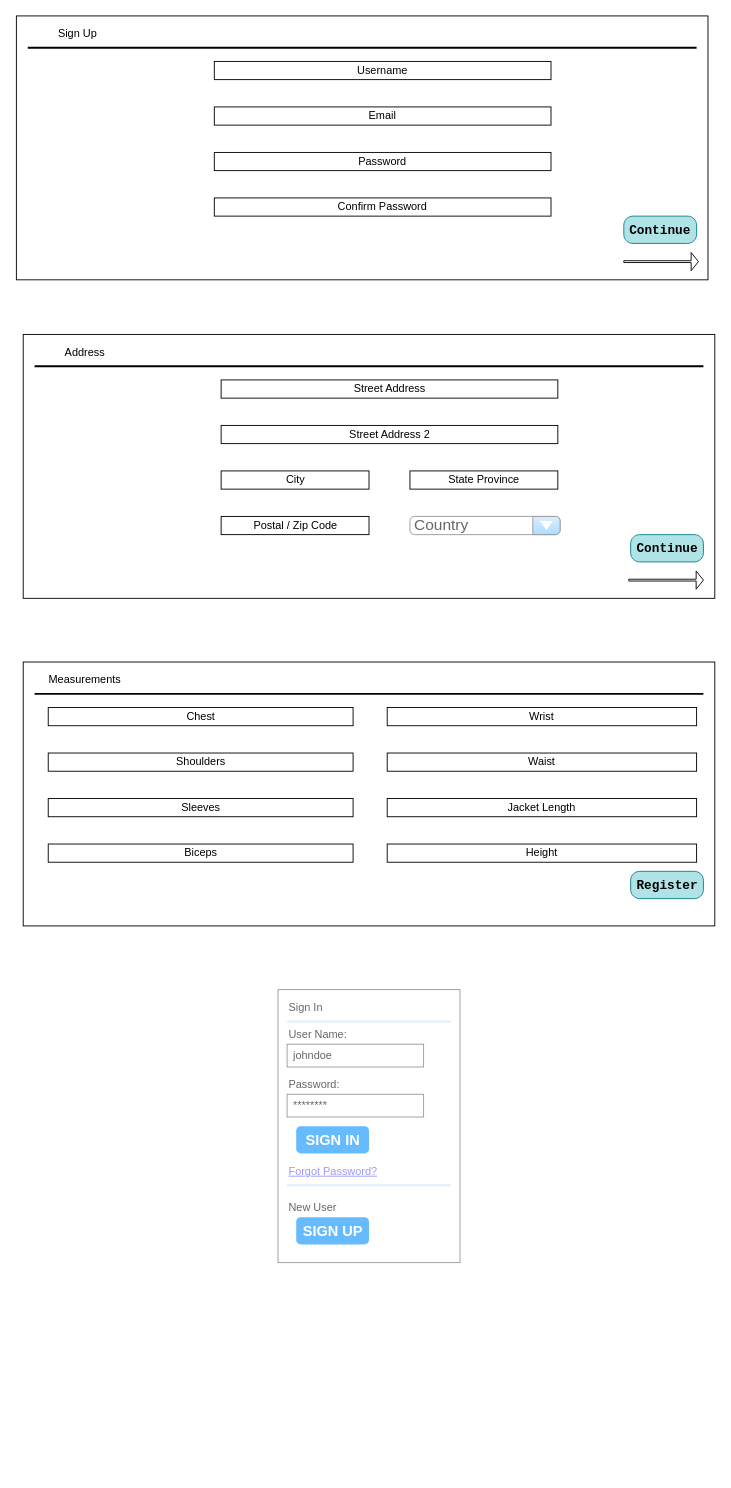
Earlier version of the draw.io diagram page "Modals" (4 of 5) of sew_me.drawio (Scain3/sew_me_capstone). Source tidied: cells renumbered, new cells numbered last; positions are measured from the earlier drawing's top-left corner, leaving out a move shared by most shapes. Both pictures are drawn from the tidied source at 91%, with x=0, y=0 at pixel (15, 15).
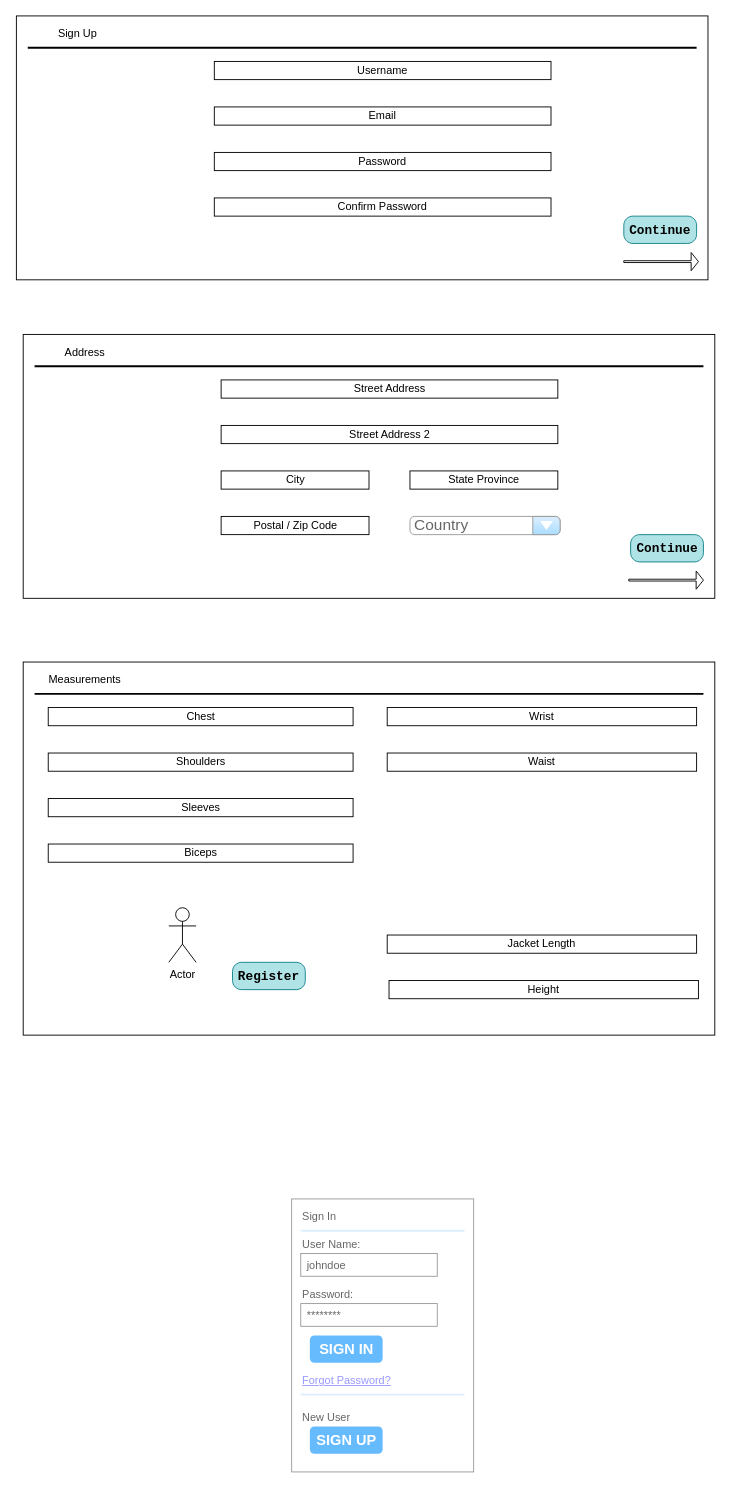
The same page after the edit.

Change to the diagram source:
```diff
@@
     <mxCell id="21" style="whiteSpace=wrap;html=1;rounded=0;sketch=0;" parent="1" vertex="1">
-      <mxGeometry x="8" y="710" width="760" height="290" as="geometry" />
+      <mxGeometry x="8" y="710" width="760" height="410" as="geometry" />
     </mxCell>
@@
     <mxCell id="25" value="&lt;font style=&quot;font-size: 14px&quot; face=&quot;Courier New&quot;&gt;Register&lt;/font&gt;" style="strokeWidth=1;shadow=0;dashed=0;align=center;html=1;shape=mxgraph.mockup.buttons.button;mainText=;buttonStyle=round;fontSize=17;fontStyle=1;whiteSpace=wrap;rounded=0;sketch=0;labelBackgroundColor=none;fillColor=#b0e3e6;strokeColor=#0e8088;" parent="1" vertex="1">
-      <mxGeometry x="675.5" y="940" width="80" height="30" as="geometry" />
+      <mxGeometry x="238" y="1040" width="80" height="30" as="geometry" />
     </mxCell>
@@
     <mxCell id="33" value="Jacket Length" style="rounded=0;whiteSpace=wrap;html=1;sketch=0;" parent="1" vertex="1">
-      <mxGeometry x="408" y="860" width="340" height="20" as="geometry" />
+      <mxGeometry x="408" y="1010" width="340" height="20" as="geometry" />
     </mxCell>
     <mxCell id="34" value="Height" style="rounded=0;whiteSpace=wrap;html=1;sketch=0;" parent="1" vertex="1">
-      <mxGeometry x="408" y="910" width="340" height="20" as="geometry" />
+      <mxGeometry x="410" y="1060" width="340" height="20" as="geometry" />
     </mxCell>
     <mxCell id="35" style="strokeWidth=1;shadow=0;dashed=0;align=center;html=1;shape=mxgraph.mockup.forms.rrect;rSize=0;strokeColor=#999999;fillColor=#ffffff;rounded=0;labelBackgroundColor=none;sketch=0;fontColor=#000000;" parent="1" vertex="1">
-      <mxGeometry x="288" y="1070" width="200" height="300" as="geometry" />
+      <mxGeometry x="303" y="1300" width="200" height="300" as="geometry" />
     </mxCell>
@@
+    <mxCell id="49" value="Actor" style="shape=umlActor;verticalLabelPosition=bottom;verticalAlign=top;html=1;" parent="1" vertex="1">
+      <mxGeometry x="168" y="980" width="30" height="60" as="geometry" />
+    </mxCell>
```
